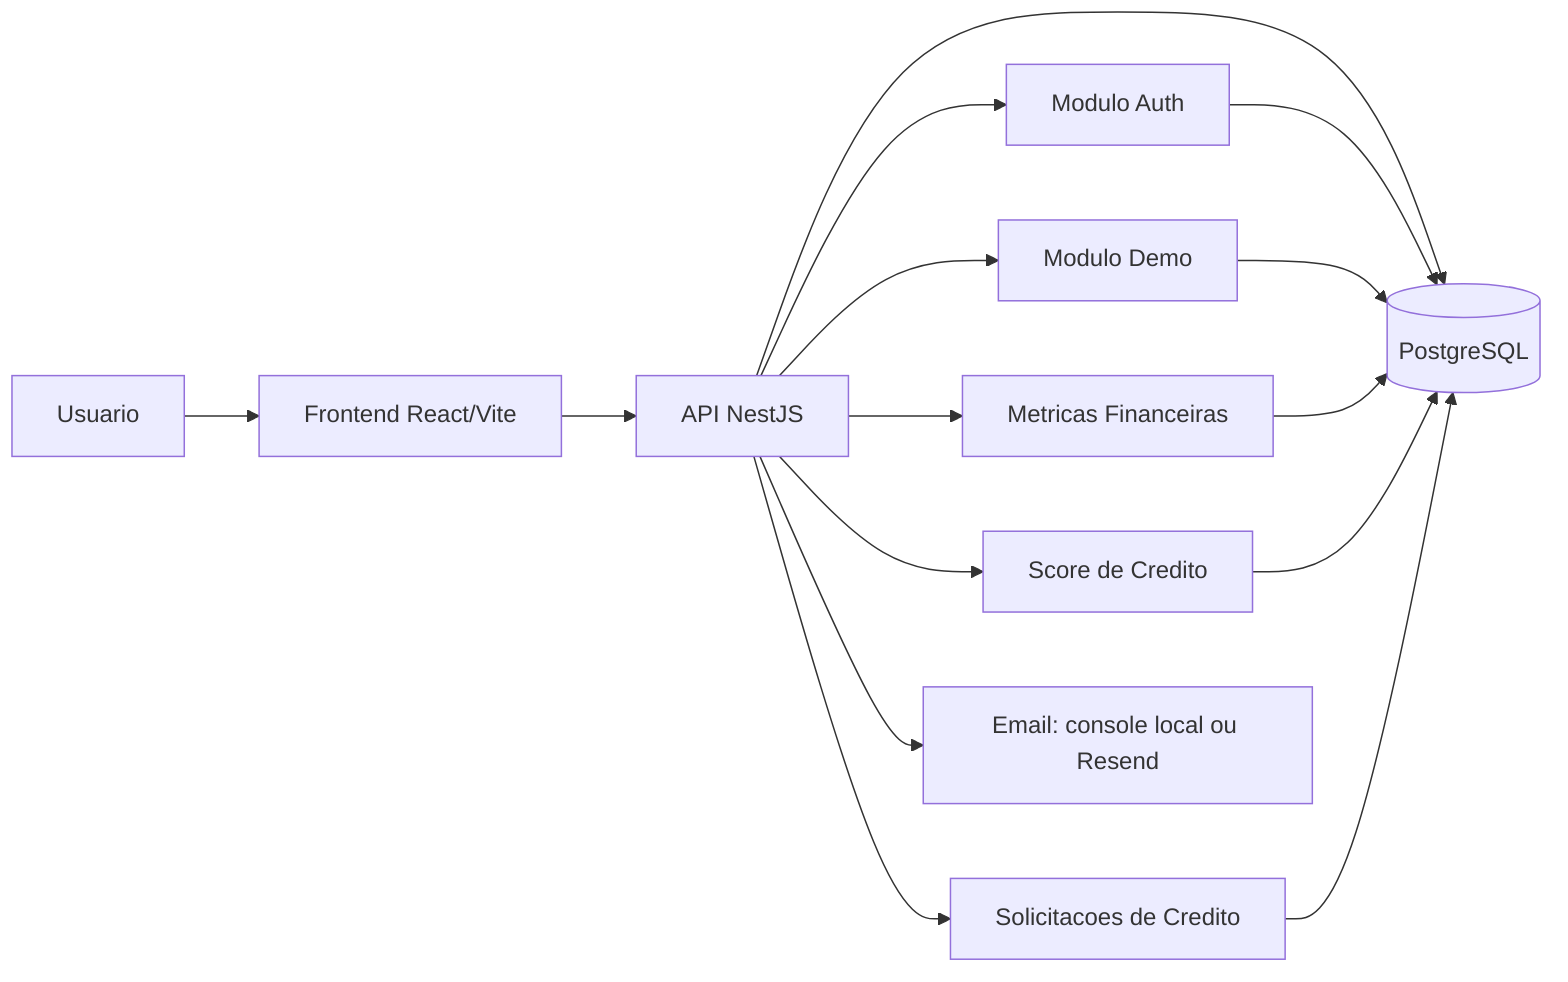
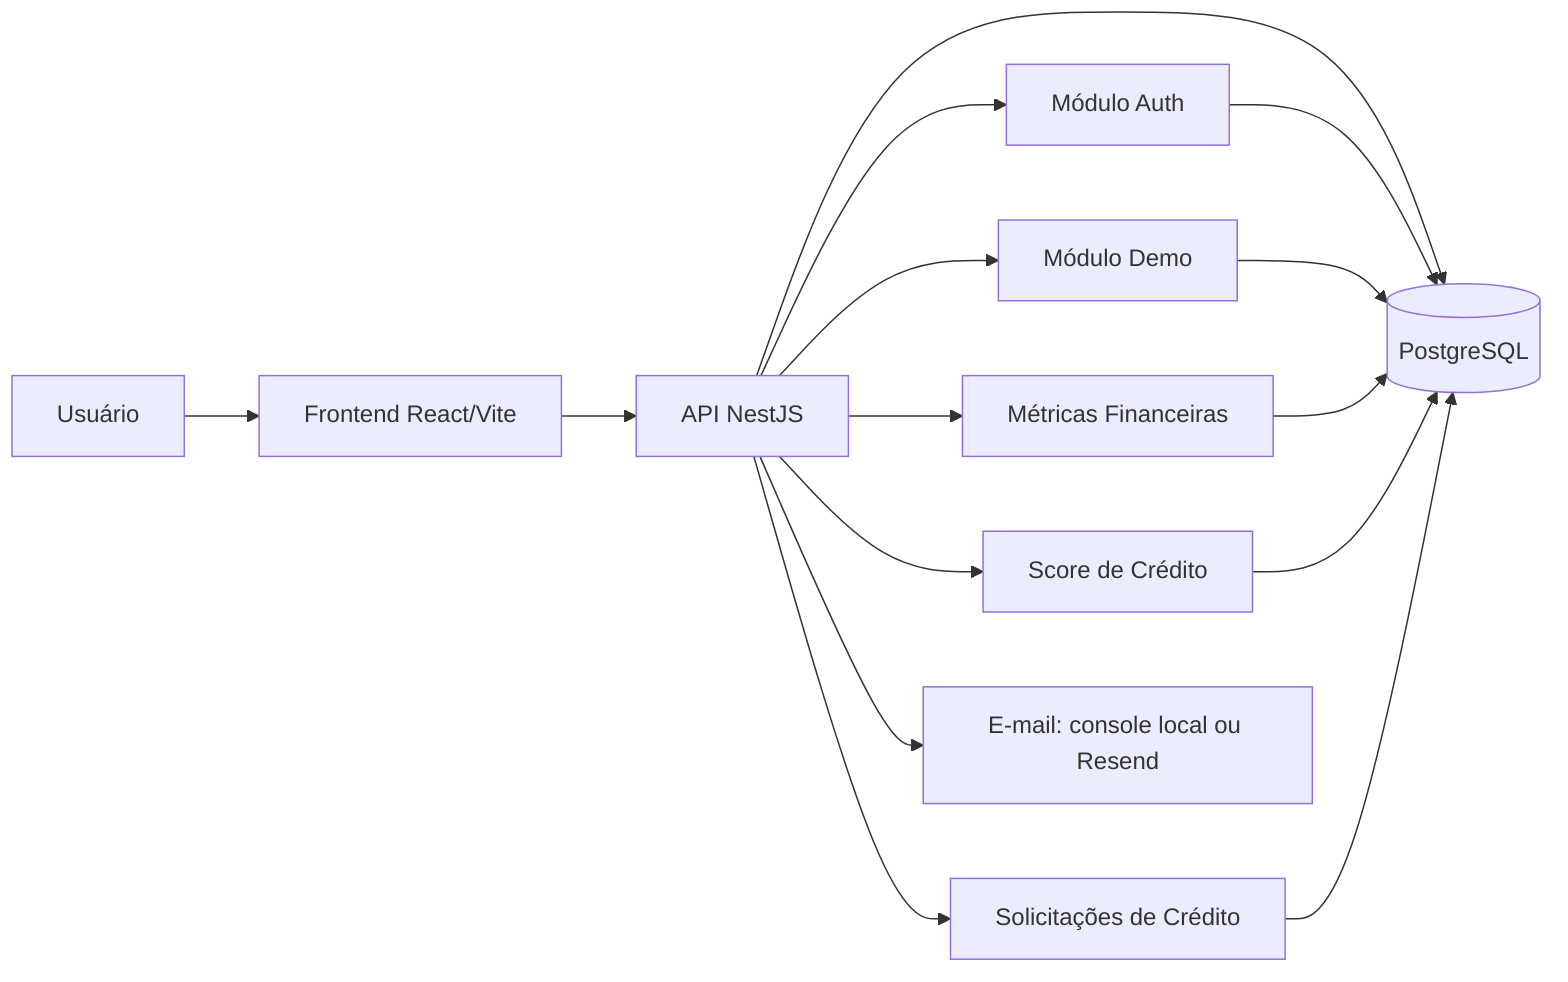
flowchart LR
-   User[Usuario] --> Web[Frontend React/Vite]
+   User[Usuário] --> Web[Frontend React/Vite]
  Web --> API[API NestJS]
-   API --> Auth[Modulo Auth]
-   API --> Demo[Modulo Demo]
-   API --> Metrics[Metricas Financeiras]
-   API --> Score[Score de Credito]
-   API --> Requests[Solicitacoes de Credito]
+   API --> Auth[Módulo Auth]
+   API --> Demo[Módulo Demo]
+   API --> Metrics[Métricas Financeiras]
+   API --> Score[Score de Crédito]
+   API --> Requests[Solicitações de Crédito]
  API --> DB[(PostgreSQL)]
  Auth --> DB
  Demo --> DB
  Metrics --> DB
  Score --> DB
  Requests --> DB
-   API --> Mail[Email: console local ou Resend]
+   API --> Mail[E-mail: console local ou Resend]
